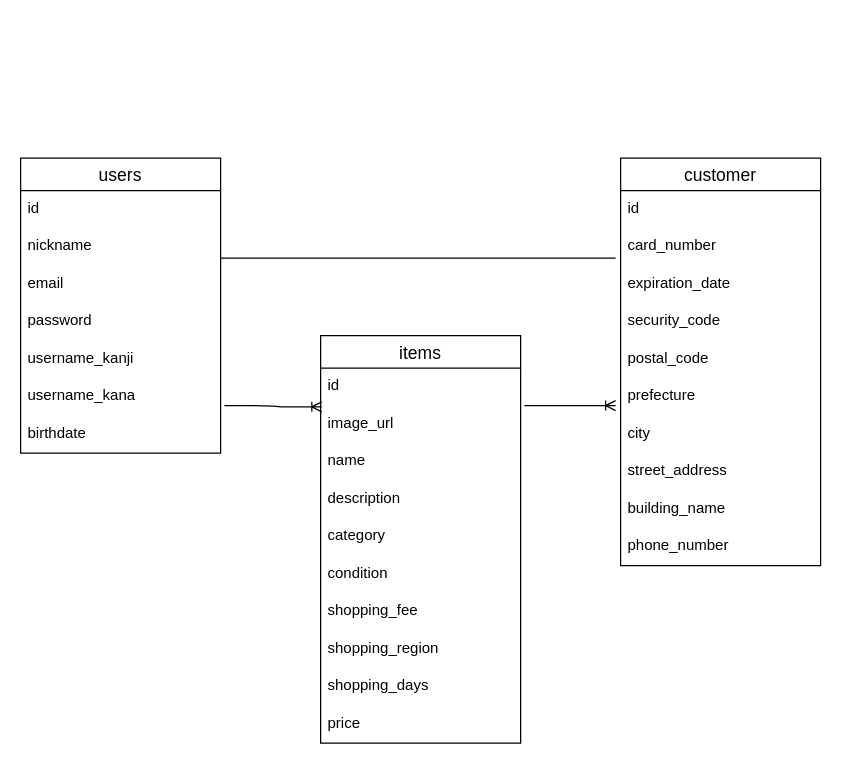
Above: er.dio in chorori/furima-39265 (draw.io), before the change. Source tidied: cells renumbered, new cells numbered last; positions are measured from the earlier drawing's top-left corner, leaving out a move shared by most shapes. Both pictures are drawn from the tidied source at 125%, with x=0, y=0 at pixel (20, 158).
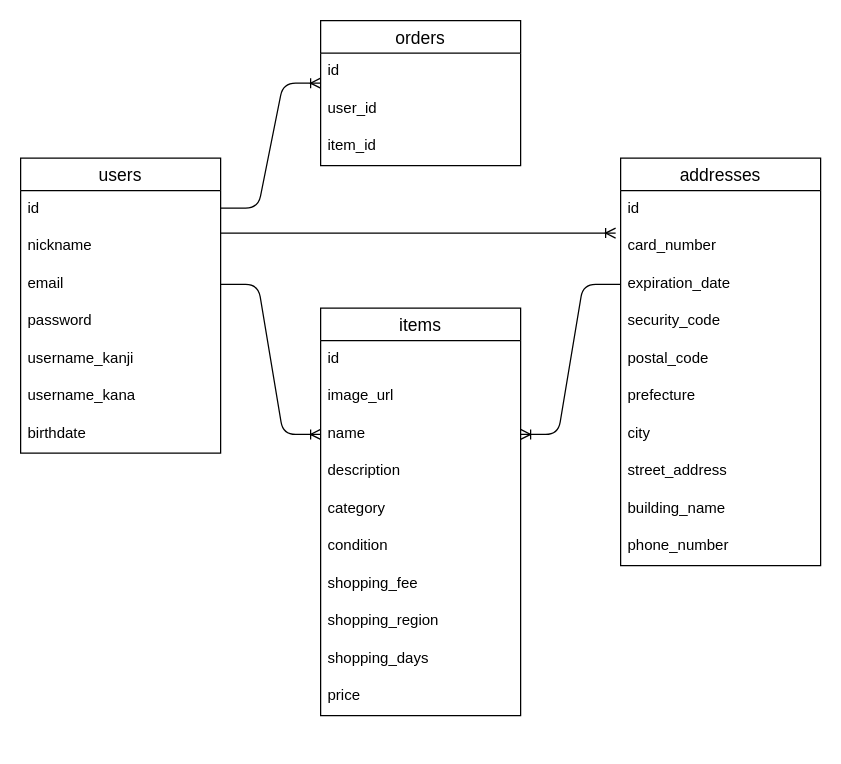
The same diagram, later.

Commit message (it also covers changes not shown here):
購入履歴テーブルの追加とREADMEの修正

Unchanged cells that the change refers to:
```xml
<mxCell id="5" value="email" style="text;strokeColor=none;fillColor=none;spacingLeft=4;spacingRight=4;overflow=hidden;points=[[0,0.5],[1,0.5]];portConstraint=eastwest;fontSize=12;" parent="2" vertex="1">
  <mxGeometry y="86" width="160" height="30" as="geometry" />
</mxCell>
<mxCell id="8" value="username_kana" style="text;strokeColor=none;fillColor=none;spacingLeft=4;spacingRight=4;overflow=hidden;points=[[0,0.5],[1,0.5]];portConstraint=eastwest;fontSize=12;" parent="2" vertex="1">
  <mxGeometry y="176" width="160" height="30" as="geometry" />
</mxCell>
<mxCell id="12" value="image_url" style="text;strokeColor=none;fillColor=none;spacingLeft=4;spacingRight=4;overflow=hidden;points=[[0,0.5],[1,0.5]];portConstraint=eastwest;fontSize=12;" parent="10" vertex="1">
  <mxGeometry y="56" width="160" height="30" as="geometry" />
</mxCell>
<mxCell id="13" value="name" style="text;strokeColor=none;fillColor=none;spacingLeft=4;spacingRight=4;overflow=hidden;points=[[0,0.5],[1,0.5]];portConstraint=eastwest;fontSize=12;" parent="10" vertex="1">
  <mxGeometry y="86" width="160" height="30" as="geometry" />
</mxCell>
<mxCell id="24" value="card_number" style="text;strokeColor=none;fillColor=none;spacingLeft=4;spacingRight=4;overflow=hidden;points=[[0,0.5],[1,0.5]];portConstraint=eastwest;fontSize=12;" parent="22" vertex="1">
  <mxGeometry y="56" width="160" height="30" as="geometry" />
</mxCell>
<mxCell id="25" value="expiration_date" style="text;strokeColor=none;fillColor=none;spacingLeft=4;spacingRight=4;overflow=hidden;points=[[0,0.5],[1,0.5]];portConstraint=eastwest;fontSize=12;" parent="22" vertex="1">
  <mxGeometry y="86" width="160" height="30" as="geometry" />
</mxCell>
<mxCell id="28" value="prefecture" style="text;strokeColor=none;fillColor=none;spacingLeft=4;spacingRight=4;overflow=hidden;points=[[0,0.5],[1,0.5]];portConstraint=eastwest;fontSize=12;" parent="22" vertex="1">
  <mxGeometry y="176" width="160" height="30" as="geometry" />
</mxCell>
```

Diff of the diagram source:
```diff
@@
     <mxCell id="10" value="items" style="swimlane;fontStyle=0;horizontal=1;startSize=26;align=center;fontSize=14;" parent="1" vertex="1">
-      <mxGeometry x="240" y="142" width="160" height="326" as="geometry" />
+      <mxGeometry x="240" y="120" width="160" height="326" as="geometry" />
     </mxCell>
@@
-    <mxCell id="21" style="edgeStyle=entityRelationEdgeStyle;fontSize=12;html=1;endArrow=ERoneToMany;exitX=1.019;exitY=0.733;exitDx=0;exitDy=0;exitPerimeter=0;entryX=0.006;entryY=0.033;entryDx=0;entryDy=0;entryPerimeter=0;" parent="1" edge="1" source="8" target="12">
+    <mxCell id="21" style="edgeStyle=entityRelationEdgeStyle;fontSize=12;html=1;endArrow=ERoneToMany;exitX=1;exitY=0.5;exitDx=0;exitDy=0;entryX=0;entryY=0.5;entryDx=0;entryDy=0;" parent="1" edge="1" source="5" target="13">
       <mxGeometry relative="1" as="geometry" />
     </mxCell>
-    <mxCell id="22" value="customer" style="swimlane;fontStyle=0;horizontal=1;startSize=26;align=center;fontSize=14;" parent="1" vertex="1">
+    <mxCell id="22" value="addresses" style="swimlane;fontStyle=0;horizontal=1;startSize=26;align=center;fontSize=14;" parent="1" vertex="1">
       <mxGeometry x="480" width="160" height="326" as="geometry" />
     </mxCell>
@@
-    <mxCell id="33" style="edgeStyle=entityRelationEdgeStyle;fontSize=12;html=1;endArrow=ERoneToMany;exitX=1.019;exitY=0;exitDx=0;exitDy=0;exitPerimeter=0;entryX=-0.025;entryY=0.733;entryDx=0;entryDy=0;entryPerimeter=0;" parent="1" edge="1" source="12" target="28">
-      <mxGeometry relative="1" as="geometry" />
-    </mxCell>
-    <mxCell id="34" style="endArrow=none;html=1;rounded=0;entryX=-0.025;entryY=0.8;entryDx=0;entryDy=0;entryPerimeter=0;" parent="1" edge="1" target="24">
-      <mxGeometry relative="1" as="geometry">
-        <mxPoint x="160" y="80" as="sourcePoint" />
-        <Array as="points">
-          <mxPoint x="450" y="80" />
-        </Array>
-      </mxGeometry>
-    </mxCell>
+    <mxCell id="35" value="orders" style="swimlane;fontStyle=0;horizontal=1;startSize=26;align=center;fontSize=14;" parent="1" vertex="1">
+      <mxGeometry x="240" y="-110" width="160" height="116" as="geometry" />
+    </mxCell>
+    <mxCell id="36" value="id" style="text;strokeColor=none;fillColor=none;spacingLeft=4;spacingRight=4;overflow=hidden;fontSize=12;" parent="35" vertex="1">
+      <mxGeometry y="26" width="160" height="30" as="geometry" />
+    </mxCell>
+    <mxCell id="37" value="user_id" style="text;strokeColor=none;fillColor=none;spacingLeft=4;spacingRight=4;overflow=hidden;fontSize=12;" parent="35" vertex="1">
+      <mxGeometry y="56" width="160" height="30" as="geometry" />
+    </mxCell>
+    <mxCell id="38" value="item_id" style="text;strokeColor=none;fillColor=none;spacingLeft=4;spacingRight=4;overflow=hidden;fontSize=12;" parent="35" vertex="1">
+      <mxGeometry y="86" width="160" height="30" as="geometry" />
+    </mxCell>
+    <mxCell id="39" style="edgeStyle=entityRelationEdgeStyle;fontSize=12;html=1;endArrow=ERoneToMany;entryX=1;entryY=0.5;entryDx=0;entryDy=0;exitX=0;exitY=0.5;exitDx=0;exitDy=0;" parent="1" edge="1" source="25" target="13">
+      <mxGeometry relative="1" as="geometry" />
+    </mxCell>
+    <mxCell id="40" style="edgeStyle=entityRelationEdgeStyle;fontSize=12;html=1;endArrow=ERoneToMany;entryX=-0.025;entryY=0.133;entryDx=0;entryDy=0;entryPerimeter=0;" parent="1" edge="1" target="24">
+      <mxGeometry relative="1" as="geometry">
+        <mxPoint x="160" y="60" as="sourcePoint" />
+      </mxGeometry>
+    </mxCell>
+    <mxCell id="41" style="edgeStyle=entityRelationEdgeStyle;fontSize=12;html=1;endArrow=ERoneToMany;" parent="1" edge="1">
+      <mxGeometry relative="1" as="geometry">
+        <mxPoint x="160" y="40" as="sourcePoint" />
+        <mxPoint x="240" y="-60" as="targetPoint" />
+      </mxGeometry>
+    </mxCell>
```
